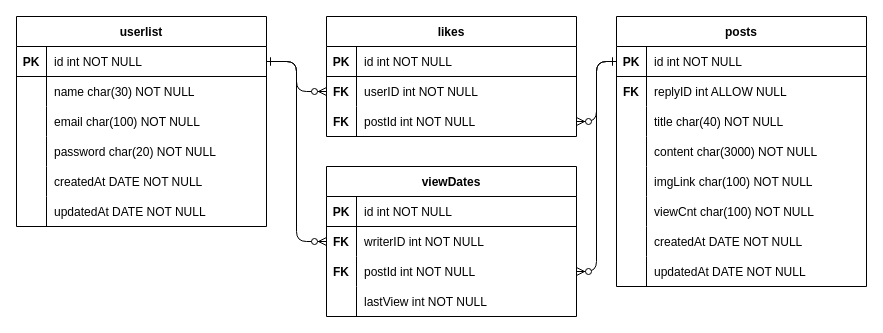
This is erd.drawio from web5-kimgangmoon/cloneCoding4, a draw.io file, before an edit. Source tidied: cells renumbered, new cells numbered last; positions are measured from the earlier drawing's top-left corner, leaving out a move shared by most shapes. Both pictures are drawn from the tidied source at 100%, with x=0, y=0 at pixel (16, 16).
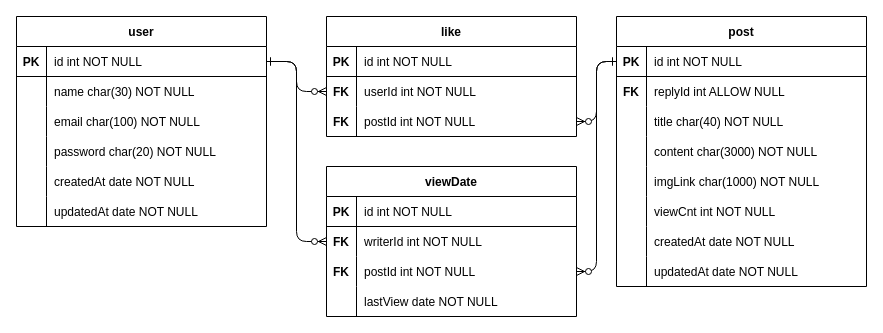
The same diagram, later.

Commit message (it also covers changes not shown here):
feat:database schema prisma

Unchanged cells that the change refers to:
```xml
<mxCell id="16" style="shape=partialRectangle;fillColor=none;top=0;left=0;right=0;bottom=0;" parent="3" vertex="1">
  <mxGeometry y="150" width="250" height="30" as="geometry" />
</mxCell>
<mxCell id="19" style="shape=partialRectangle;fillColor=none;top=0;left=0;right=0;bottom=0;" parent="3" vertex="1">
  <mxGeometry y="180" width="250" height="30" as="geometry" />
</mxCell>
<mxCell id="26" style="shape=partialRectangle;fillColor=none;points=[[0,0.5],[1,0.5]];portConstraint=eastwest;top=0;left=0;right=0;bottom=0;" parent="22" vertex="1">
  <mxGeometry y="60" width="250" height="30" as="geometry" />
</mxCell>
<mxCell id="36" style="shape=partialRectangle;fillColor=none;top=0;left=0;right=0;bottom=0;" parent="32" vertex="1">
  <mxGeometry y="60" width="250" height="30" as="geometry" />
</mxCell>
<mxCell id="45" style="shape=partialRectangle;fillColor=none;top=0;left=0;right=0;bottom=0;" parent="32" vertex="1">
  <mxGeometry y="150" width="250" height="30" as="geometry" />
</mxCell>
<mxCell id="48" style="shape=partialRectangle;fillColor=none;top=0;left=0;right=0;bottom=0;" parent="32" vertex="1">
  <mxGeometry y="180" width="250" height="30" as="geometry" />
</mxCell>
<mxCell id="51" style="shape=partialRectangle;fillColor=none;top=0;left=0;right=0;bottom=0;" parent="32" vertex="1">
  <mxGeometry y="210" width="250" height="30" as="geometry" />
</mxCell>
<mxCell id="54" style="shape=partialRectangle;fillColor=none;top=0;left=0;right=0;bottom=0;" parent="32" vertex="1">
  <mxGeometry y="240" width="250" height="30" as="geometry" />
</mxCell>
<mxCell id="61" style="shape=partialRectangle;fillColor=none;points=[[0,0.5],[1,0.5]];portConstraint=eastwest;top=0;left=0;right=0;bottom=0;" parent="57" vertex="1">
  <mxGeometry y="60" width="250" height="30" as="geometry" />
</mxCell>
<mxCell id="67" style="shape=partialRectangle;fillColor=none;top=0;left=0;right=0;bottom=0;" parent="57" vertex="1">
  <mxGeometry y="120" width="250" height="30" as="geometry" />
</mxCell>
```

Diff of the diagram source:
```diff
@@
-    <mxCell id="3" value="userlist" style="shape=table;startSize=30;childLayout=tableLayout;rowLines=0;fontStyle=1;align=center;" parent="1" vertex="1">
+    <mxCell id="3" value="user" style="shape=table;startSize=30;childLayout=tableLayout;rowLines=0;fontStyle=1;align=center;" parent="1" vertex="1">
       <mxGeometry width="250" height="210" as="geometry" />
     </mxCell>
@@
-    <mxCell id="18" value="createdAt DATE NOT NULL" style="shape=partialRectangle;overflow=hidden;fillColor=none;top=0;left=0;bottom=0;right=0;align=left;spacingLeft=6;" parent="16" vertex="1">
+    <mxCell id="18" value="createdAt date NOT NULL" style="shape=partialRectangle;overflow=hidden;fillColor=none;top=0;left=0;bottom=0;right=0;align=left;spacingLeft=6;" parent="16" vertex="1">
       <mxGeometry x="30" width="220" height="30" as="geometry" />
     </mxCell>
@@
-    <mxCell id="21" value="updatedAt DATE NOT NULL" style="shape=partialRectangle;overflow=hidden;fillColor=none;top=0;left=0;bottom=0;right=0;align=left;spacingLeft=6;" parent="19" vertex="1">
+    <mxCell id="21" value="updatedAt date NOT NULL" style="shape=partialRectangle;overflow=hidden;fillColor=none;top=0;left=0;bottom=0;right=0;align=left;spacingLeft=6;" parent="19" vertex="1">
       <mxGeometry x="30" width="220" height="30" as="geometry" />
     </mxCell>
-    <mxCell id="22" value="likes" style="shape=table;startSize=30;childLayout=tableLayout;rowLines=0;fontStyle=1;align=center;" parent="1" vertex="1">
+    <mxCell id="22" value="like" style="shape=table;startSize=30;childLayout=tableLayout;rowLines=0;fontStyle=1;align=center;" parent="1" vertex="1">
       <mxGeometry x="310" width="250" height="120" as="geometry" />
     </mxCell>
@@
-    <mxCell id="28" value="userID int NOT NULL" style="shape=partialRectangle;overflow=hidden;fillColor=none;top=0;left=0;bottom=0;right=0;align=left;spacingLeft=6;" parent="26" vertex="1">
+    <mxCell id="28" value="userId int NOT NULL" style="shape=partialRectangle;overflow=hidden;fillColor=none;top=0;left=0;bottom=0;right=0;align=left;spacingLeft=6;" parent="26" vertex="1">
       <mxGeometry x="30" width="220" height="30" as="geometry" />
     </mxCell>
@@
-    <mxCell id="32" value="posts" style="shape=table;startSize=30;childLayout=tableLayout;rowLines=0;fontStyle=1;align=center;" parent="1" vertex="1">
+    <mxCell id="32" value="post" style="shape=table;startSize=30;childLayout=tableLayout;rowLines=0;fontStyle=1;align=center;" parent="1" vertex="1">
       <mxGeometry x="600" width="250" height="270" as="geometry" />
     </mxCell>
@@
-    <mxCell id="38" value="replyID int ALLOW NULL" style="shape=partialRectangle;overflow=hidden;fillColor=none;top=0;left=0;bottom=0;right=0;align=left;spacingLeft=6;" parent="36" vertex="1">
+    <mxCell id="38" value="replyId int ALLOW NULL" style="shape=partialRectangle;overflow=hidden;fillColor=none;top=0;left=0;bottom=0;right=0;align=left;spacingLeft=6;" parent="36" vertex="1">
       <mxGeometry x="30" width="220" height="30" as="geometry" />
     </mxCell>
@@
-    <mxCell id="47" value="imgLink char(100) NOT NULL" style="shape=partialRectangle;overflow=hidden;fillColor=none;top=0;left=0;bottom=0;right=0;align=left;spacingLeft=6;" parent="45" vertex="1">
+    <mxCell id="47" value="imgLink char(1000) NOT NULL" style="shape=partialRectangle;overflow=hidden;fillColor=none;top=0;left=0;bottom=0;right=0;align=left;spacingLeft=6;" parent="45" vertex="1">
       <mxGeometry x="30" width="220" height="30" as="geometry" />
     </mxCell>
@@
-    <mxCell id="50" value="viewCnt char(100) NOT NULL" style="shape=partialRectangle;overflow=hidden;fillColor=none;top=0;left=0;bottom=0;right=0;align=left;spacingLeft=6;" parent="48" vertex="1">
+    <mxCell id="50" value="viewCnt int NOT NULL" style="shape=partialRectangle;overflow=hidden;fillColor=none;top=0;left=0;bottom=0;right=0;align=left;spacingLeft=6;" parent="48" vertex="1">
       <mxGeometry x="30" width="220" height="30" as="geometry" />
     </mxCell>
@@
-    <mxCell id="53" value="createdAt DATE NOT NULL" style="shape=partialRectangle;overflow=hidden;fillColor=none;top=0;left=0;bottom=0;right=0;align=left;spacingLeft=6;" parent="51" vertex="1">
+    <mxCell id="53" value="createdAt date NOT NULL" style="shape=partialRectangle;overflow=hidden;fillColor=none;top=0;left=0;bottom=0;right=0;align=left;spacingLeft=6;" parent="51" vertex="1">
       <mxGeometry x="30" width="220" height="30" as="geometry" />
     </mxCell>
@@
-    <mxCell id="56" value="updatedAt DATE NOT NULL" style="shape=partialRectangle;overflow=hidden;fillColor=none;top=0;left=0;bottom=0;right=0;align=left;spacingLeft=6;" parent="54" vertex="1">
+    <mxCell id="56" value="updatedAt date NOT NULL" style="shape=partialRectangle;overflow=hidden;fillColor=none;top=0;left=0;bottom=0;right=0;align=left;spacingLeft=6;" parent="54" vertex="1">
       <mxGeometry x="30" width="220" height="30" as="geometry" />
     </mxCell>
-    <mxCell id="57" value="viewDates" style="shape=table;startSize=30;childLayout=tableLayout;rowLines=0;fontStyle=1;align=center;" parent="1" vertex="1">
+    <mxCell id="57" value="viewDate" style="shape=table;startSize=30;childLayout=tableLayout;rowLines=0;fontStyle=1;align=center;" parent="1" vertex="1">
       <mxGeometry x="310" y="150" width="250" height="150" as="geometry" />
     </mxCell>
@@
-    <mxCell id="63" value="writerID int NOT NULL" style="shape=partialRectangle;overflow=hidden;fillColor=none;top=0;left=0;bottom=0;right=0;align=left;spacingLeft=6;" parent="61" vertex="1">
+    <mxCell id="63" value="writerId int NOT NULL" style="shape=partialRectangle;overflow=hidden;fillColor=none;top=0;left=0;bottom=0;right=0;align=left;spacingLeft=6;" parent="61" vertex="1">
       <mxGeometry x="30" width="220" height="30" as="geometry" />
     </mxCell>
@@
-    <mxCell id="69" value="lastView int NOT NULL" style="shape=partialRectangle;overflow=hidden;fillColor=none;top=0;left=0;bottom=0;right=0;align=left;spacingLeft=6;" parent="67" vertex="1">
+    <mxCell id="69" value="lastView date NOT NULL" style="shape=partialRectangle;overflow=hidden;fillColor=none;top=0;left=0;bottom=0;right=0;align=left;spacingLeft=6;" parent="67" vertex="1">
       <mxGeometry x="30" width="220" height="30" as="geometry" />
     </mxCell>
```
